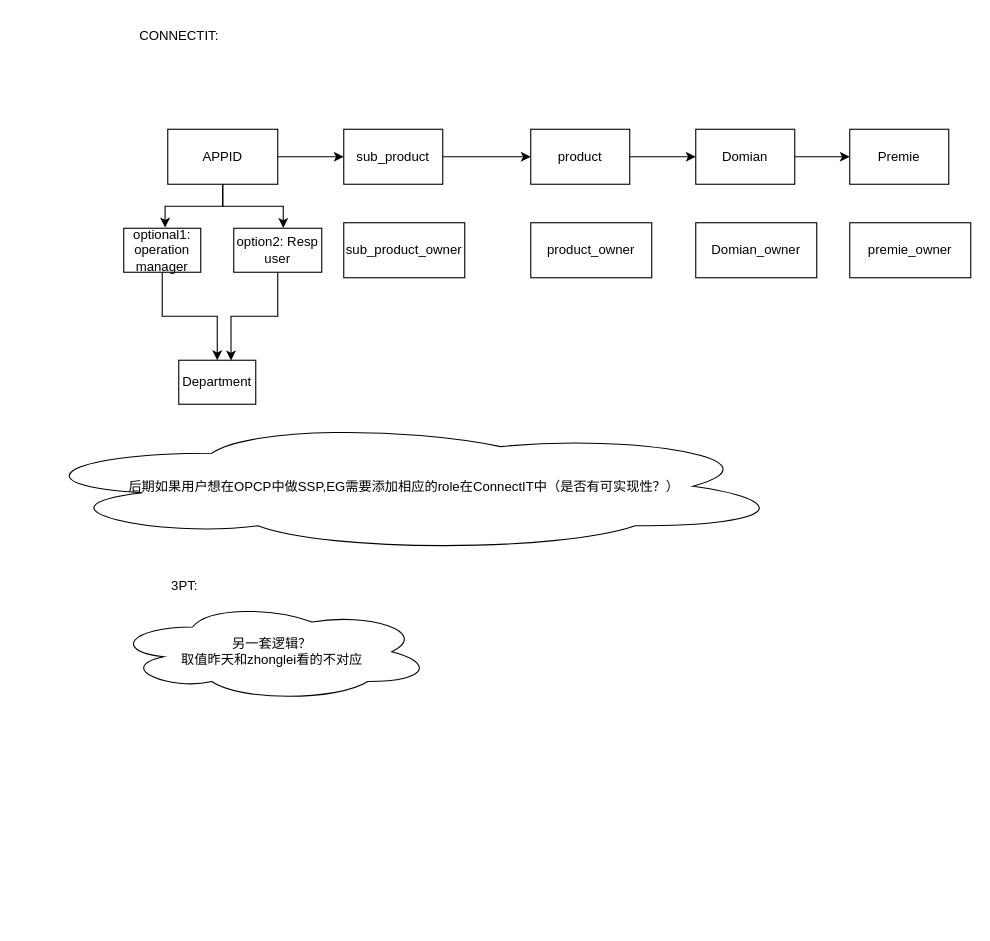
This is 未命名绘图.drawio from sjlmsj/aaa, a draw.io file, before an edit. Source tidied: cells renumbered, new cells numbered last; positions are measured from the earlier drawing's top-left corner, leaving out a move shared by most shapes. Both pictures are drawn from the tidied source at 110%, with x=0, y=0 at pixel (19, 19).
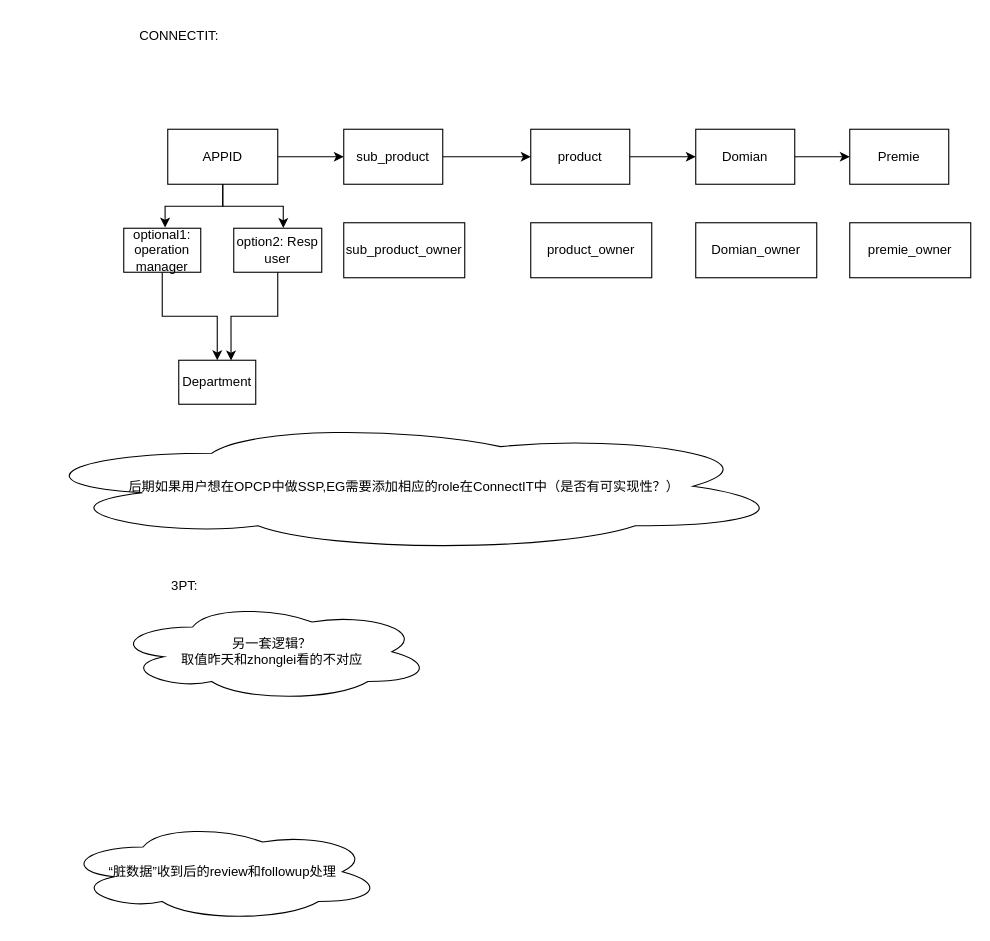
Above is the later version.

Diff of the diagram source:
```diff
@@
+    <mxCell id="26" value="&lt;span style=&quot;text-wrap-mode: nowrap;&quot;&gt;“脏数据”收到后的review和followup处理&lt;/span&gt;" style="ellipse;shape=cloud;whiteSpace=wrap;html=1;" parent="1" vertex="1">
+      <mxGeometry x="40" y="730" width="290" height="90" as="geometry" />
+    </mxCell>
```
